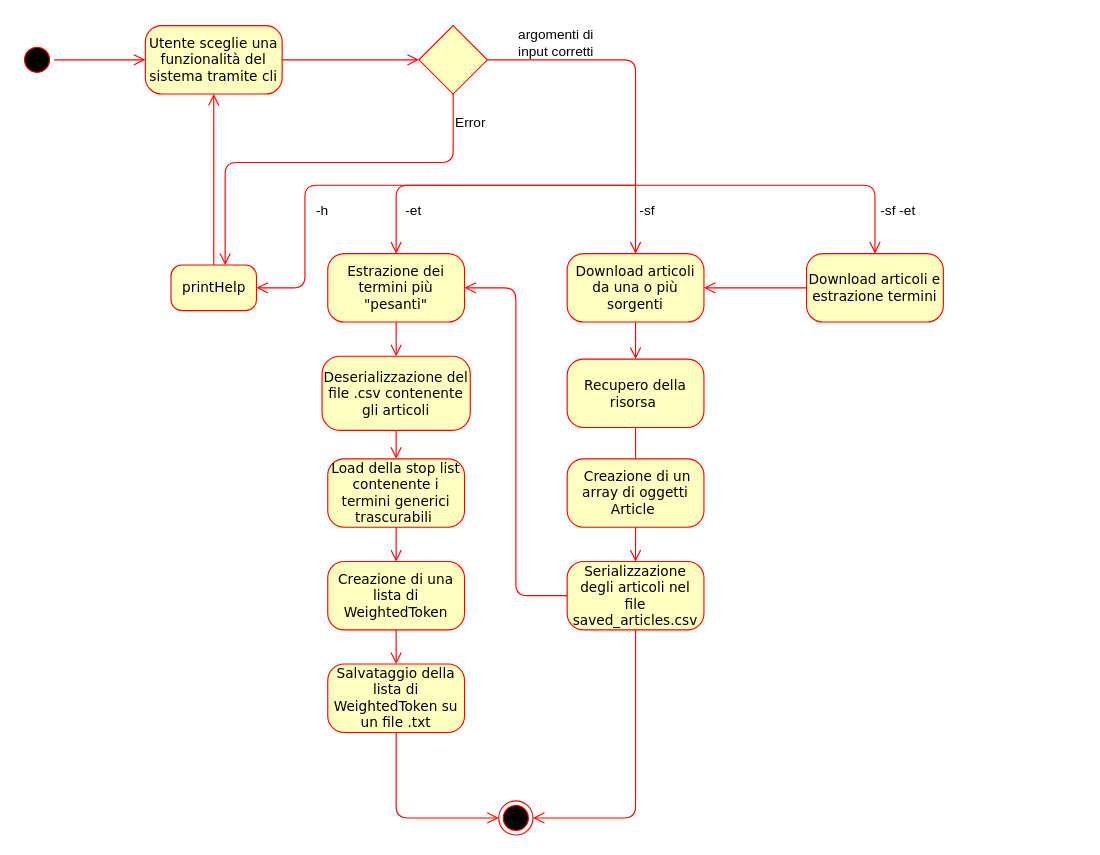
Above: documentation/activity_diagram.drawio in GustavoFrittole/EisProject (draw.io), before the change. Source tidied: cells renumbered, new cells numbered last; positions are measured from the earlier drawing's top-left corner, leaving out a move shared by most shapes. Both pictures are drawn from the tidied source at 114%, with x=0, y=0 at pixel (19, 19).
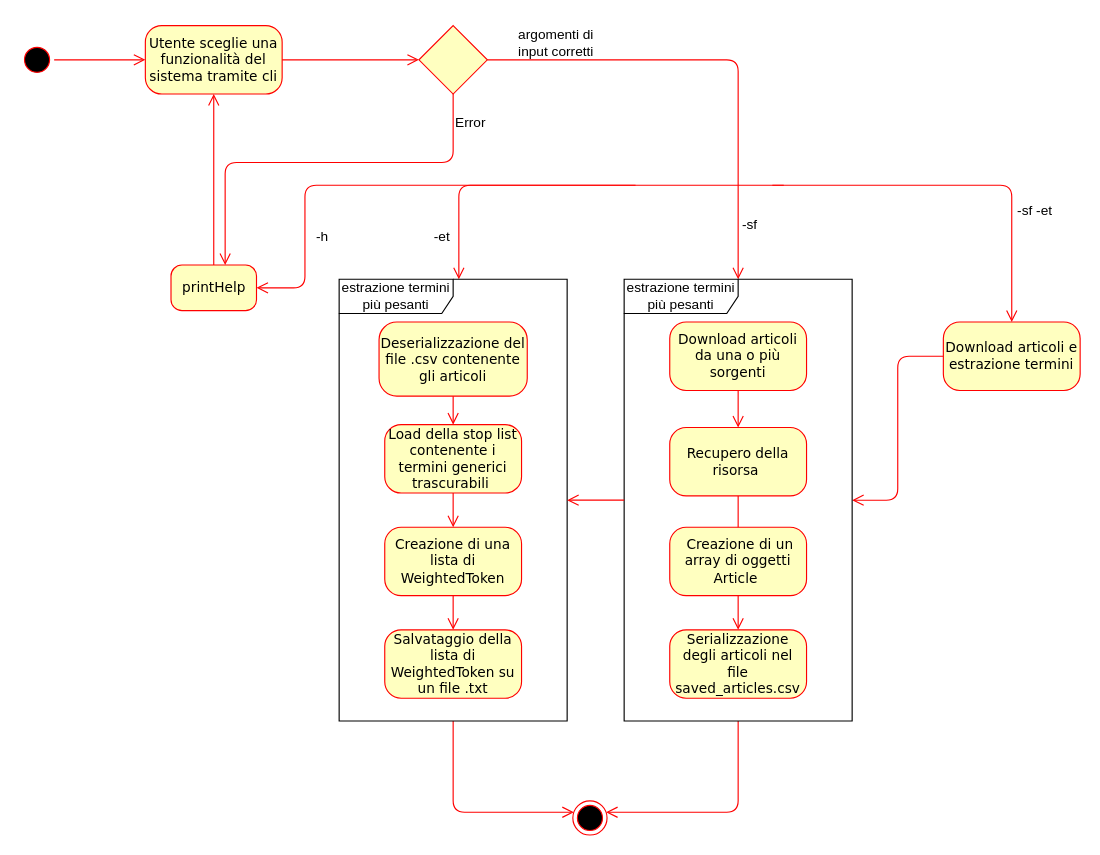
The same diagram, later.

Unchanged cells that the change refers to:
```xml
<mxCell id="27" style="rhombus;whiteSpace=wrap;html=1;fillColor=#ffffc0;strokeColor=#ff0000;fontColor=#000000;" parent="1" vertex="1">
  <mxGeometry x="350" y="5" width="60" height="60" as="geometry" />
</mxCell>
<mxCell id="28" value="printHelp" style="rounded=1;whiteSpace=wrap;html=1;arcSize=24;fillColor=#ffffc0;strokeColor=#ff0000;shadow=0;comic=0;labelBackgroundColor=none;fontFamily=Verdana;fontSize=12;fontColor=#000000;align=center;" parent="1" vertex="1">
  <mxGeometry x="132.5" y="215" width="75" height="40" as="geometry" />
</mxCell>
```

The edit, as a diff of the source:
```diff
@@
-    <mxCell id="3" value="Estrazione dei termini più &quot;pesanti&quot;" style="rounded=1;whiteSpace=wrap;html=1;arcSize=24;fillColor=#ffffc0;strokeColor=#ff0000;shadow=0;comic=0;labelBackgroundColor=none;fontFamily=Verdana;fontSize=12;fontColor=#000000;align=center;" parent="1" vertex="1">
-      <mxGeometry x="270" y="205" width="120" height="60" as="geometry" />
-    </mxCell>
@@
-    <mxCell id="5" style="edgeStyle=orthogonalEdgeStyle;html=1;labelBackgroundColor=none;endArrow=open;endSize=8;strokeColor=#ff0000;fontFamily=Verdana;fontSize=12;align=left;" parent="1" edge="1" source="10" target="16">
+    <mxCell id="5" style="edgeStyle=orthogonalEdgeStyle;html=1;labelBackgroundColor=none;endArrow=open;endSize=8;strokeColor=#ff0000;fontFamily=Verdana;fontSize=12;align=left;" parent="1" edge="1" source="42" target="16">
       <mxGeometry relative="1" as="geometry">
         <Array as="points">
-          <mxPoint x="540" y="700" />
+          <mxPoint x="630" y="695" />
         </Array>
       </mxGeometry>
     </mxCell>
     <mxCell id="6" value="Download articoli da una o più sorgenti" style="rounded=1;whiteSpace=wrap;html=1;arcSize=24;fillColor=#ffffc0;strokeColor=#ff0000;shadow=0;comic=0;labelBackgroundColor=none;fontFamily=Verdana;fontSize=12;fontColor=#000000;align=center;" parent="1" vertex="1">
-      <mxGeometry x="480" y="205" width="120" height="60" as="geometry" />
+      <mxGeometry x="570" y="265" width="120" height="60" as="geometry" />
     </mxCell>
     <mxCell id="7" style="edgeStyle=orthogonalEdgeStyle;html=1;labelBackgroundColor=none;endArrow=open;endSize=8;strokeColor=#ff0000;fontFamily=Verdana;fontSize=12;align=left;" parent="1" edge="1" target="9">
       <mxGeometry relative="1" as="geometry">
-        <mxPoint x="540" y="145" as="sourcePoint" />
+        <mxPoint x="660" y="145" as="sourcePoint" />
         <Array as="points">
-          <mxPoint x="550" y="145" />
-          <mxPoint x="750" y="145" />
+          <mxPoint x="670" y="145" />
+          <mxPoint x="870" y="145" />
         </Array>
       </mxGeometry>
     </mxCell>
-    <mxCell id="8" style="edgeStyle=elbowEdgeStyle;html=1;labelBackgroundColor=none;endArrow=open;endSize=8;strokeColor=#ff0000;fontFamily=Verdana;fontSize=12;align=left;" parent="1" edge="1" source="10" target="3">
-      <mxGeometry relative="1" as="geometry" />
+    <mxCell id="8" style="edgeStyle=elbowEdgeStyle;html=1;labelBackgroundColor=none;endArrow=open;endSize=8;strokeColor=#ff0000;fontFamily=Verdana;fontSize=12;align=left;" parent="1" edge="1" source="10">
+      <mxGeometry relative="1" as="geometry">
+        <mxPoint x="570" y="565" as="targetPoint" />
+      </mxGeometry>
     </mxCell>
     <mxCell id="9" value="Download articoli e estrazione termini" style="rounded=1;whiteSpace=wrap;html=1;arcSize=24;fillColor=#ffffc0;strokeColor=#ff0000;shadow=0;comic=0;labelBackgroundColor=none;fontFamily=Verdana;fontSize=12;fontColor=#000000;align=center;" parent="1" vertex="1">
-      <mxGeometry x="690" y="205" width="120" height="60" as="geometry" />
+      <mxGeometry x="810" y="265" width="120" height="60" as="geometry" />
     </mxCell>
     <mxCell id="10" value="Serializzazione degli articoli nel file saved_articles.csv" style="rounded=1;whiteSpace=wrap;html=1;arcSize=24;fillColor=#ffffc0;strokeColor=#ff0000;shadow=0;comic=0;labelBackgroundColor=none;fontFamily=Verdana;fontSize=12;fontColor=#000000;align=center;" parent="1" vertex="1">
-      <mxGeometry x="480" y="475" width="120" height="60" as="geometry" />
+      <mxGeometry x="570" y="535" width="120" height="60" as="geometry" />
     </mxCell>
@@
-    <mxCell id="12" style="edgeStyle=orthogonalEdgeStyle;html=1;labelBackgroundColor=none;endArrow=open;endSize=8;strokeColor=#ff0000;fontFamily=Verdana;fontSize=12;align=left;" parent="1" edge="1" source="27" target="6">
+    <mxCell id="12" style="edgeStyle=orthogonalEdgeStyle;html=1;labelBackgroundColor=none;endArrow=open;endSize=8;strokeColor=#ff0000;fontFamily=Verdana;fontSize=12;align=left;" parent="1" edge="1" source="27" target="42">
       <mxGeometry relative="1" as="geometry" />
     </mxCell>
-    <mxCell id="13" style="edgeStyle=orthogonalEdgeStyle;html=1;labelBackgroundColor=none;endArrow=open;endSize=8;strokeColor=#ff0000;fontFamily=Verdana;fontSize=12;align=left;" parent="1" edge="1" target="3">
+    <mxCell id="13" style="edgeStyle=orthogonalEdgeStyle;html=1;labelBackgroundColor=none;endArrow=open;endSize=8;strokeColor=#ff0000;fontFamily=Verdana;fontSize=12;align=left;" parent="1" edge="1" target="41">
       <mxGeometry relative="1" as="geometry">
         <mxPoint x="540" y="145" as="sourcePoint" />
         <Array as="points">
-          <mxPoint x="530" y="145" />
-          <mxPoint x="330" y="145" />
+          <mxPoint x="385" y="145" />
         </Array>
       </mxGeometry>
     </mxCell>
-    <mxCell id="14" style="edgeStyle=orthogonalEdgeStyle;html=1;labelBackgroundColor=none;endArrow=open;endSize=8;strokeColor=#ff0000;fontFamily=Verdana;fontSize=12;align=left;" parent="1" edge="1" source="9" target="6">
+    <mxCell id="14" style="edgeStyle=orthogonalEdgeStyle;html=1;labelBackgroundColor=none;endArrow=open;endSize=8;strokeColor=#ff0000;fontFamily=Verdana;fontSize=12;align=left;" parent="1" edge="1" source="9" target="42">
       <mxGeometry relative="1" as="geometry" />
     </mxCell>
-    <mxCell id="15" style="edgeStyle=elbowEdgeStyle;html=1;labelBackgroundColor=none;endArrow=open;endSize=8;strokeColor=#ff0000;fontFamily=Verdana;fontSize=12;align=left;" parent="1" edge="1" source="18" target="16">
+    <mxCell id="15" style="edgeStyle=elbowEdgeStyle;html=1;labelBackgroundColor=none;endArrow=open;endSize=8;strokeColor=#ff0000;fontFamily=Verdana;fontSize=12;align=left;" parent="1" edge="1" source="41" target="16">
       <mxGeometry relative="1" as="geometry">
         <Array as="points">
-          <mxPoint x="330" y="700" />
+          <mxPoint x="380" y="695" />
         </Array>
       </mxGeometry>
     </mxCell>
     <mxCell id="16" style="ellipse;html=1;shape=endState;fillColor=#000000;strokeColor=#ff0000;" parent="1" vertex="1">
-      <mxGeometry x="420" y="685" width="30" height="30" as="geometry" />
+      <mxGeometry x="485" y="685" width="30" height="30" as="geometry" />
     </mxCell>
@@
     <mxCell id="18" value="Salvataggio della lista di WeightedToken su un file .txt" style="rounded=1;whiteSpace=wrap;html=1;arcSize=24;fillColor=#ffffc0;strokeColor=#ff0000;shadow=0;comic=0;labelBackgroundColor=none;fontFamily=Verdana;fontSize=12;fontColor=#000000;align=center;" parent="1" vertex="1">
-      <mxGeometry x="270" y="565" width="120" height="60" as="geometry" />
+      <mxGeometry x="320" y="535" width="120" height="60" as="geometry" />
     </mxCell>
@@
     <mxCell id="21" value="Recupero della risorsa&amp;nbsp;" style="rounded=1;whiteSpace=wrap;html=1;arcSize=24;fillColor=#ffffc0;strokeColor=#ff0000;shadow=0;comic=0;labelBackgroundColor=none;fontFamily=Verdana;fontSize=12;fontColor=#000000;align=center;" parent="1" vertex="1">
-      <mxGeometry x="480" y="297.5" width="120" height="60" as="geometry" />
+      <mxGeometry x="570" y="357.5" width="120" height="60" as="geometry" />
     </mxCell>
-    <mxCell id="22" style="edgeStyle=elbowEdgeStyle;html=1;labelBackgroundColor=none;endArrow=open;endSize=8;strokeColor=#ff0000;fontFamily=Verdana;fontSize=12;align=left;" parent="1" edge="1" source="3" target="23">
-      <mxGeometry relative="1" as="geometry" />
-    </mxCell>
     <mxCell id="23" value="Deserializzazione del file .csv contenente gli articoli" style="rounded=1;whiteSpace=wrap;html=1;arcSize=24;fillColor=#ffffc0;strokeColor=#ff0000;shadow=0;comic=0;labelBackgroundColor=none;fontFamily=Verdana;fontSize=12;fontColor=#000000;align=center;" parent="1" vertex="1">
-      <mxGeometry x="265" y="295" width="130" height="65" as="geometry" />
+      <mxGeometry x="315" y="265" width="130" height="65" as="geometry" />
     </mxCell>
@@
     <mxCell id="25" value="Load della stop list contenente i termini generici trascurabili&amp;nbsp;" style="rounded=1;whiteSpace=wrap;html=1;arcSize=24;fillColor=#ffffc0;strokeColor=#ff0000;shadow=0;comic=0;labelBackgroundColor=none;fontFamily=Verdana;fontSize=12;fontColor=#000000;align=center;" parent="1" vertex="1">
-      <mxGeometry x="270" y="385" width="120" height="60" as="geometry" />
+      <mxGeometry x="320" y="355" width="120" height="60" as="geometry" />
     </mxCell>
@@
     <mxCell id="31" value="-et" style="text;html=1;align=center;verticalAlign=middle;strokeColor=none;fillColor=none;" parent="1" vertex="1">
-      <mxGeometry x="325" y="153" width="40" height="30" as="geometry" />
+      <mxGeometry x="350" y="175" width="40" height="30" as="geometry" />
     </mxCell>
     <mxCell id="32" value="-sf" style="text;html=1;align=center;verticalAlign=middle;strokeColor=none;fillColor=none;" parent="1" vertex="1">
-      <mxGeometry x="530" y="153" width="40" height="30" as="geometry" />
+      <mxGeometry x="620" y="165" width="40" height="30" as="geometry" />
     </mxCell>
     <mxCell id="33" value="-sf -et" style="text;html=1;align=center;verticalAlign=middle;strokeColor=none;fillColor=none;" parent="1" vertex="1">
-      <mxGeometry x="745" y="153" width="50" height="30" as="geometry" />
+      <mxGeometry x="865" y="153" width="50" height="30" as="geometry" />
     </mxCell>
     <mxCell id="34" style="edgeStyle=orthogonalEdgeStyle;html=1;labelBackgroundColor=none;endArrow=open;endSize=8;strokeColor=#ff0000;fontFamily=Verdana;fontSize=12;align=left;" parent="1" edge="1" target="28">
       <mxGeometry relative="1" as="geometry">
-        <mxPoint x="540" y="145" as="sourcePoint" />
+        <mxPoint x="670" y="145" as="sourcePoint" />
         <Array as="points">
           <mxPoint x="250" y="145" />
           <mxPoint x="250" y="235" />
         </Array>
       </mxGeometry>
     </mxCell>
     <mxCell id="35" value="-h" style="text;html=1;align=center;verticalAlign=middle;strokeColor=none;fillColor=none;" parent="1" vertex="1">
-      <mxGeometry x="250" y="153" width="30" height="30" as="geometry" />
+      <mxGeometry x="250" y="175" width="30" height="30" as="geometry" />
     </mxCell>
@@
     <mxCell id="39" value="Creazione di una lista di WeightedToken" style="rounded=1;whiteSpace=wrap;html=1;arcSize=24;fillColor=#ffffc0;strokeColor=#ff0000;shadow=0;comic=0;labelBackgroundColor=none;fontFamily=Verdana;fontSize=12;fontColor=#000000;align=center;" parent="1" vertex="1">
-      <mxGeometry x="270" y="475" width="120" height="60" as="geometry" />
+      <mxGeometry x="320" y="445" width="120" height="60" as="geometry" />
     </mxCell>
     <mxCell id="40" value="&amp;nbsp;Creazione di un array di oggetti Article&amp;nbsp;" style="rounded=1;whiteSpace=wrap;html=1;arcSize=24;fillColor=#ffffc0;strokeColor=#ff0000;shadow=0;comic=0;labelBackgroundColor=none;fontFamily=Verdana;fontSize=12;fontColor=#000000;align=center;" parent="1" vertex="1">
-      <mxGeometry x="480" y="385" width="120" height="60" as="geometry" />
+      <mxGeometry x="570" y="445" width="120" height="60" as="geometry" />
     </mxCell>
+    <mxCell id="41" value="estrazione termini più pesanti" style="shape=umlFrame;whiteSpace=wrap;html=1;width=100;height=30;" parent="1" vertex="1">
+      <mxGeometry x="280" y="227.5" width="200" height="387.5" as="geometry" />
+    </mxCell>
+    <mxCell id="42" value="estrazione termini più pesanti" style="shape=umlFrame;whiteSpace=wrap;html=1;width=100;height=30;" parent="1" vertex="1">
+      <mxGeometry x="530" y="227.5" width="200" height="387.5" as="geometry" />
+    </mxCell>
+    <mxCell id="43" style="edgeStyle=orthogonalEdgeStyle;html=1;labelBackgroundColor=none;endArrow=open;endSize=8;strokeColor=#ff0000;fontFamily=Verdana;fontSize=12;align=left;" parent="1" edge="1" source="42" target="41">
+      <mxGeometry relative="1" as="geometry" />
+    </mxCell>
```
